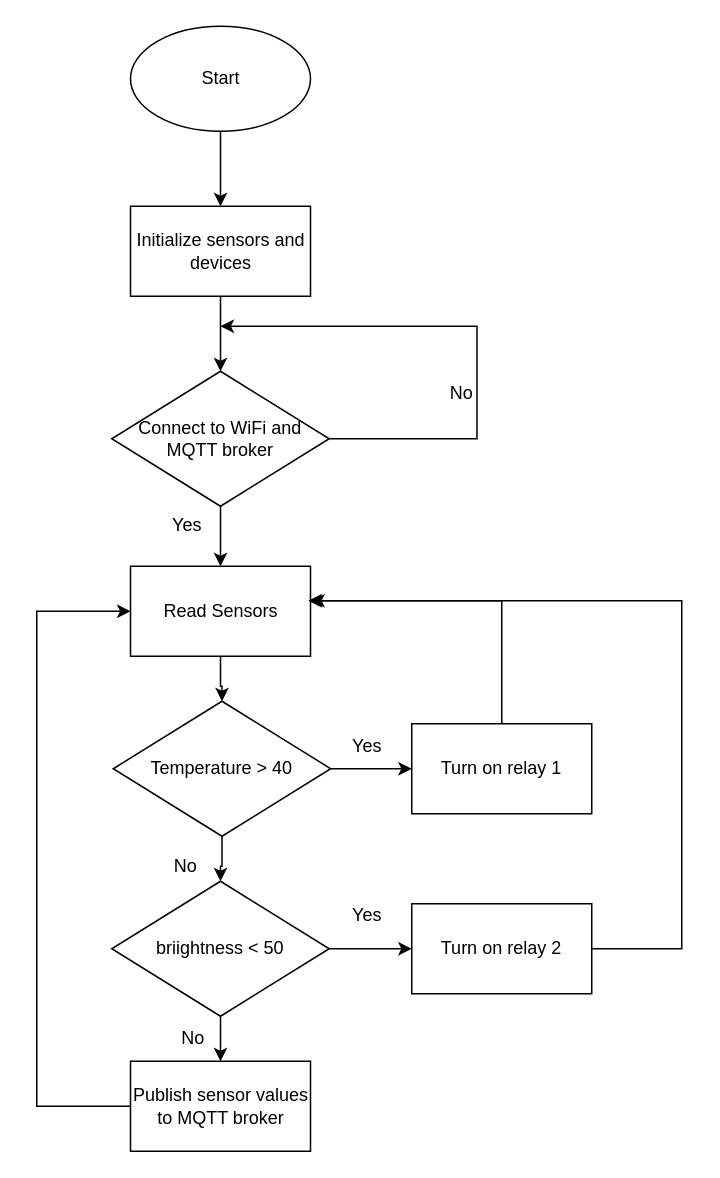
The draw.io diagram app/Biểu đồ không có tiêu đề.drawio in vuconfused/NotesApp, before the edit. Source tidied: cells renumbered, new cells numbered last; positions are measured from the earlier drawing's top-left corner, leaving out a move shared by most shapes. Both pictures are drawn from the tidied source at 150%, with x=0, y=0 at pixel (36, 26).
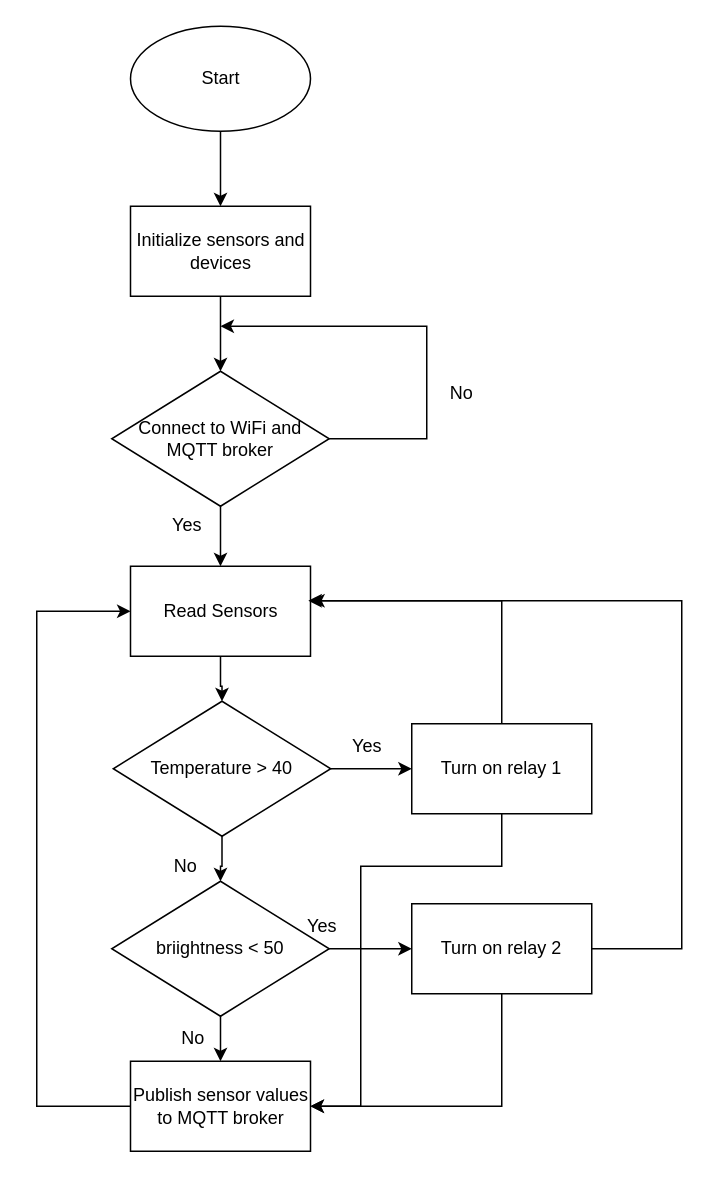
After the change.

The change refers to these unchanged cells:
```xml
<mxCell id="8" value="Connect to WiFi and MQTT broker" style="rhombus;whiteSpace=wrap;html=1;" parent="1" vertex="1">
  <mxGeometry x="50" y="230" width="145" height="90" as="geometry" />
</mxCell>
<mxCell id="16" value="Turn on relay 1" style="rounded=0;whiteSpace=wrap;html=1;" parent="1" vertex="1">
  <mxGeometry x="250" y="465" width="120" height="60" as="geometry" />
</mxCell>
<mxCell id="21" value="Turn on relay 2" style="rounded=0;whiteSpace=wrap;html=1;" parent="1" vertex="1">
  <mxGeometry x="250" y="585" width="120" height="60" as="geometry" />
</mxCell>
<mxCell id="27" value="Publish sensor values to MQTT broker" style="rounded=0;whiteSpace=wrap;html=1;" parent="1" vertex="1">
  <mxGeometry x="62.5" y="690" width="120" height="60" as="geometry" />
</mxCell>
```

What changed in the source:
```diff
@@
     <mxCell id="6" style="edgeStyle=orthogonalEdgeStyle;rounded=0;jettySize=auto;html=1;" parent="1" edge="1" source="8">
       <mxGeometry relative="1" as="geometry">
         <mxPoint x="122.5" y="200" as="targetPoint" />
         <Array as="points">
-          <mxPoint x="293.5" y="275" />
+          <mxPoint x="260" y="275" />
+          <mxPoint x="260" y="200" />
         </Array>
       </mxGeometry>
     </mxCell>
@@
+    <mxCell id="29" style="edgeStyle=orthogonalEdgeStyle;rounded=0;jettySize=auto;html=1;entryX=1;entryY=0.5;entryDx=0;entryDy=0;" parent="1" edge="1" source="16" target="27">
+      <mxGeometry relative="1" as="geometry">
+        <Array as="points">
+          <mxPoint x="310" y="560" />
+          <mxPoint x="216" y="560" />
+          <mxPoint x="216" y="720" />
+        </Array>
+      </mxGeometry>
+    </mxCell>
@@
+    <mxCell id="30" style="edgeStyle=orthogonalEdgeStyle;rounded=0;jettySize=auto;html=1;entryX=1;entryY=0.5;entryDx=0;entryDy=0;" parent="1" edge="1" source="21" target="27">
+      <mxGeometry relative="1" as="geometry">
+        <Array as="points">
+          <mxPoint x="310" y="720" />
+        </Array>
+      </mxGeometry>
+    </mxCell>
@@
     <mxCell id="24" value="Yes" style="text;html=1;align=center;verticalAlign=middle;strokeColor=none;fillColor=none;" parent="1" vertex="1">
-      <mxGeometry x="200" y="578" width="40" height="30" as="geometry" />
+      <mxGeometry x="170" y="585" width="40" height="30" as="geometry" />
     </mxCell>
```
